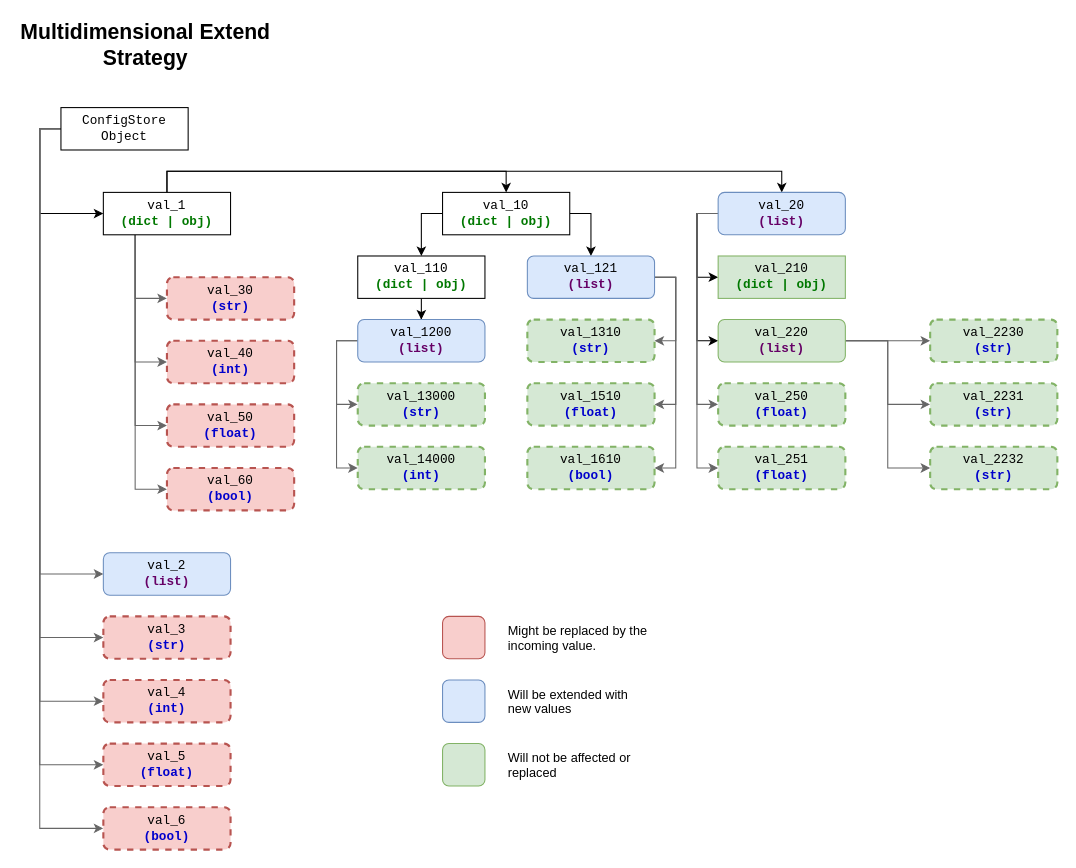
Before: page "Recursive Strategy, List Extend" (3 of 3) of docs/schemes/merging-strategies.drawio in PandaHugMonster/py-simputils-config, a draw.io diagram. Source tidied: cells renumbered, new cells numbered last; positions are measured from the earlier drawing's top-left corner, leaving out a move shared by most shapes. Both pictures are drawn from the tidied source at 106%, with x=0, y=0 at pixel (18, 22).
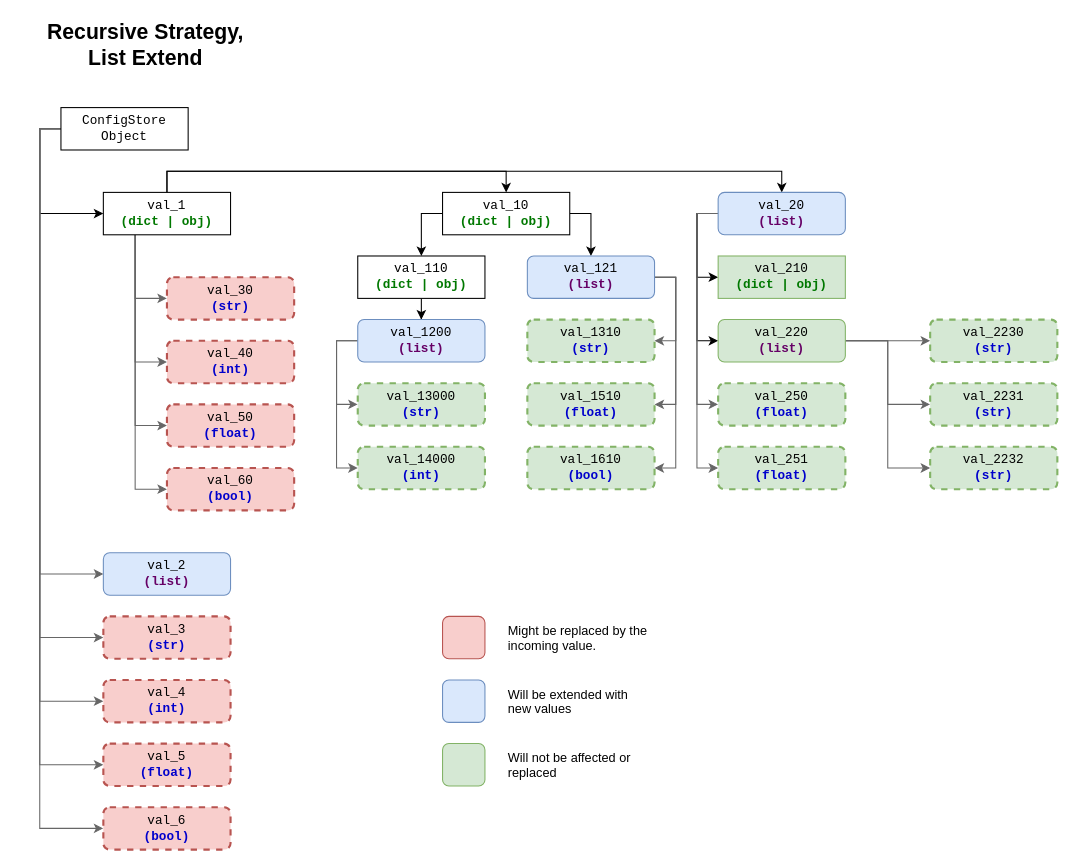
Above is the later version.

Diff of the diagram source:
```diff
@@
-    <mxCell id="2" value="&lt;font style=&quot;font-size: 20px;&quot;&gt;&lt;b&gt;Multidimensional Extend Strategy&lt;/b&gt;&lt;/font&gt;" style="text;html=1;align=center;verticalAlign=middle;whiteSpace=wrap;rounded=0;" parent="1" vertex="1">
+    <mxCell id="2" value="&lt;font style=&quot;font-size: 20px;&quot;&gt;&lt;b&gt;Recursive Strategy,&lt;br&gt;List Extend&lt;br&gt;&lt;/b&gt;&lt;/font&gt;" style="text;html=1;align=center;verticalAlign=middle;whiteSpace=wrap;rounded=0;" parent="1" vertex="1">
       <mxGeometry width="240" height="40" as="geometry" />
     </mxCell>
```
